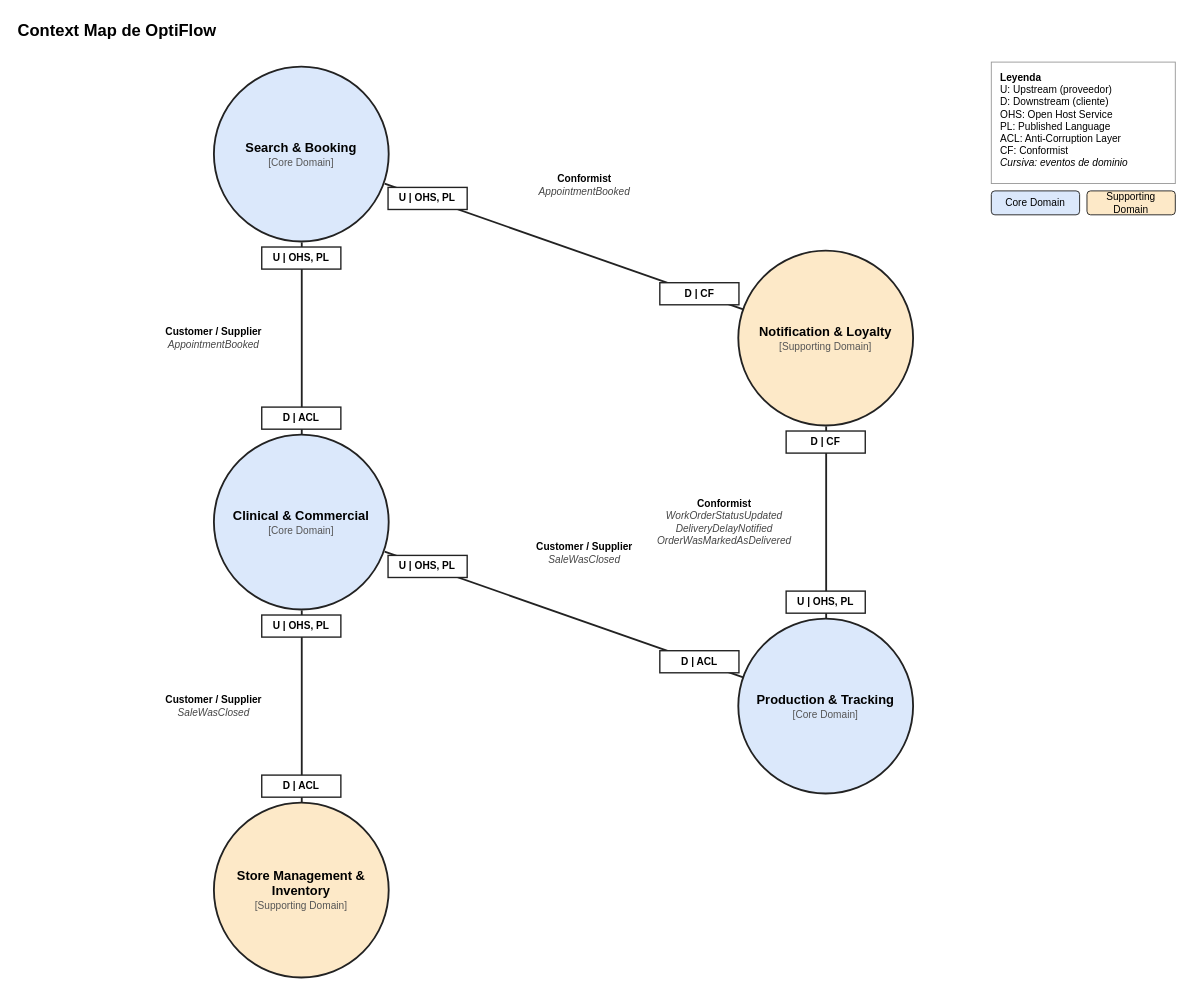
BL-App-Movil-1ACC0238-2620-4951/Logix-OptiFlow-Report keeps this draw.io diagram as assets/cap2/context-mapping/source/context-map-final.drawio. Above is the earlier version. Source tidied: cells renumbered, new cells numbered last; positions are measured from the earlier drawing's top-left corner, leaving out a move shared by most shapes. Both pictures are drawn from the tidied source at 92%, with x=0, y=0 at pixel (16, 16).
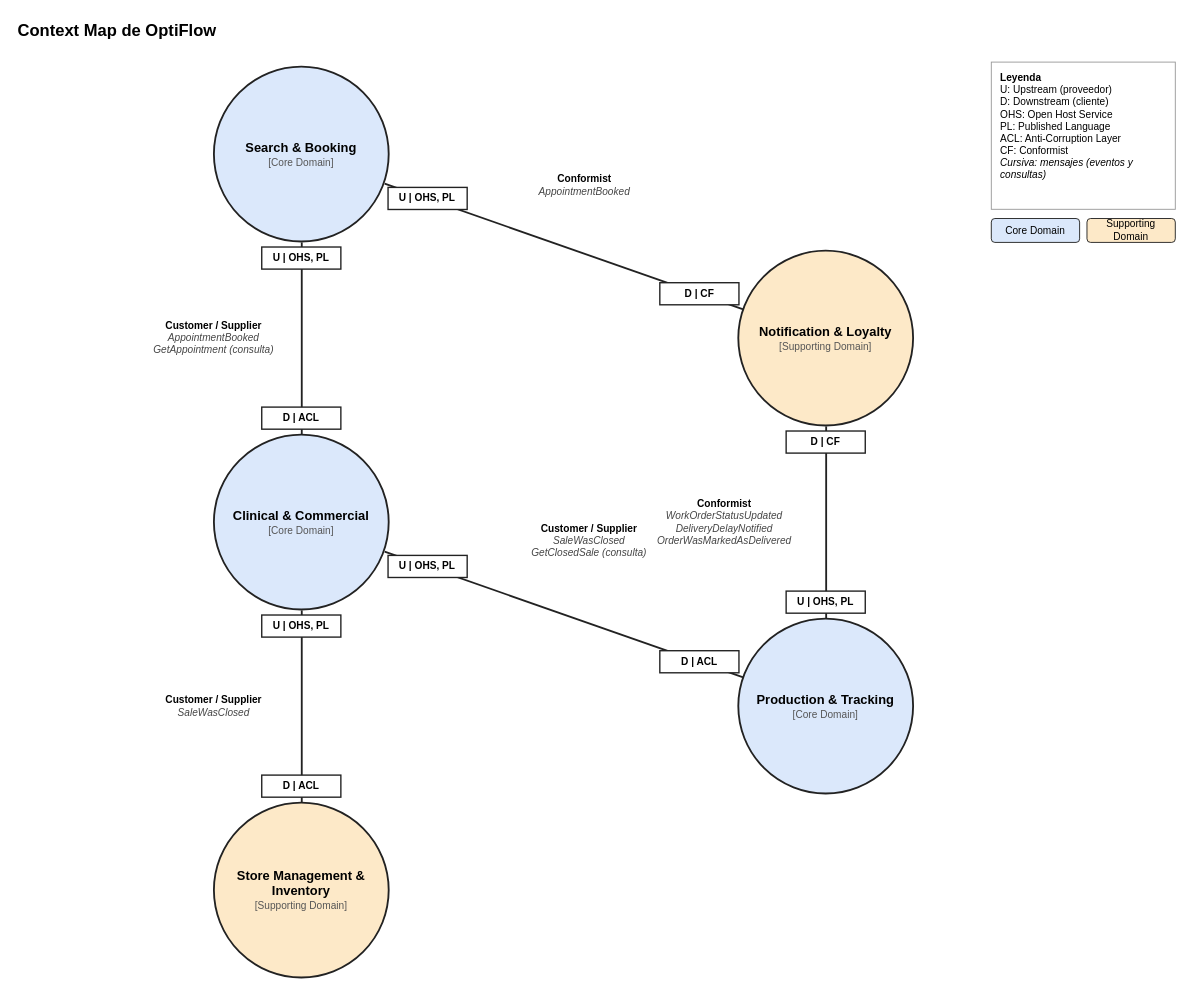
After the change.

What changed in the source:
```diff
@@
-    <mxCell id="13" value="&lt;b&gt;Customer / Supplier&lt;/b&gt;&lt;br&gt;&lt;i style=&quot;color:#444444&quot;&gt;AppointmentBooked&lt;/i&gt;" style="text;html=1;align=center;verticalAlign=middle;fontSize=11;whiteSpace=wrap;" parent="1" vertex="1">
+    <mxCell id="13" value="&lt;b&gt;Customer / Supplier&lt;/b&gt;&lt;br&gt;&lt;i style=&quot;color:#444444&quot;&gt;AppointmentBooked&lt;br&gt;GetAppointment (consulta)&lt;/i&gt;" style="text;html=1;align=center;verticalAlign=middle;fontSize=11;whiteSpace=wrap;" parent="1" vertex="1">
       <mxGeometry x="130" y="318" width="170" height="64" as="geometry" />
     </mxCell>
@@
-    <mxCell id="25" value="&lt;b&gt;Customer / Supplier&lt;/b&gt;&lt;br&gt;&lt;i style=&quot;color:#444444&quot;&gt;SaleWasClosed&lt;/i&gt;" style="text;html=1;align=center;verticalAlign=middle;fontSize=11;whiteSpace=wrap;" parent="1" vertex="1">
-      <mxGeometry x="533.2" y="551.9" width="170" height="64" as="geometry" />
+    <mxCell id="25" value="&lt;b&gt;Customer / Supplier&lt;/b&gt;&lt;br&gt;&lt;i style=&quot;color:#444444&quot;&gt;SaleWasClosed&lt;br&gt;GetClosedSale (consulta)&lt;/i&gt;" style="text;html=1;align=center;verticalAlign=middle;fontSize=11;whiteSpace=wrap;" parent="1" vertex="1">
+      <mxGeometry x="538.1" y="537.8" width="170" height="64" as="geometry" />
     </mxCell>
@@
-    <mxCell id="38" value="&lt;b&gt;Leyenda&lt;/b&gt;&lt;br&gt;U: Upstream (proveedor)&lt;br&gt;D: Downstream (cliente)&lt;br&gt;OHS: Open Host Service&lt;br&gt;PL: Published Language&lt;br&gt;ACL: Anti-Corruption Layer&lt;br&gt;CF: Conformist&lt;br&gt;&lt;i&gt;Cursiva: eventos de dominio&lt;/i&gt;" style="rounded=0;whiteSpace=wrap;html=1;fillColor=#ffffff;strokeColor=#999999;align=left;verticalAlign=top;spacingLeft=8;spacingTop=4;fontSize=11;" parent="1" vertex="1">
-      <mxGeometry x="1060" y="50" width="200" height="132" as="geometry" />
+    <mxCell id="38" value="&lt;b&gt;Leyenda&lt;/b&gt;&lt;br&gt;U: Upstream (proveedor)&lt;br&gt;D: Downstream (cliente)&lt;br&gt;OHS: Open Host Service&lt;br&gt;PL: Published Language&lt;br&gt;ACL: Anti-Corruption Layer&lt;br&gt;CF: Conformist&lt;br&gt;&lt;i&gt;Cursiva: mensajes (eventos y consultas)&lt;/i&gt;" style="rounded=0;whiteSpace=wrap;html=1;fillColor=#ffffff;strokeColor=#999999;align=left;verticalAlign=top;spacingLeft=8;spacingTop=4;fontSize=11;" parent="1" vertex="1">
+      <mxGeometry x="1060" y="50" width="200" height="160" as="geometry" />
     </mxCell>
     <mxCell id="39" value="Core Domain" style="rounded=1;whiteSpace=wrap;html=1;fillColor=#dbe8fb;strokeColor=#222222;fontSize=11;" parent="1" vertex="1">
-      <mxGeometry x="1060" y="190" width="96" height="26" as="geometry" />
+      <mxGeometry x="1060" y="220" width="96" height="26" as="geometry" />
     </mxCell>
     <mxCell id="40" value="Supporting Domain" style="rounded=1;whiteSpace=wrap;html=1;fillColor=#fde9c8;strokeColor=#222222;fontSize=11;" parent="1" vertex="1">
-      <mxGeometry x="1164" y="190" width="96" height="26" as="geometry" />
+      <mxGeometry x="1164" y="220" width="96" height="26" as="geometry" />
     </mxCell>
```
